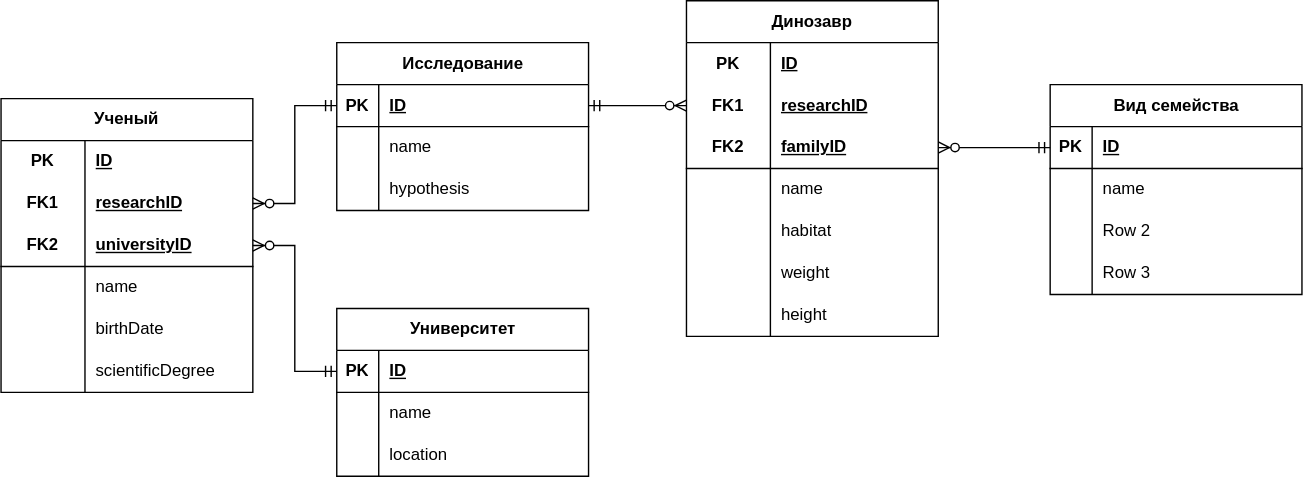
Above: DataScience/lab1/bd.drawio.svg in yargames1/ITMO (draw.io), before the change. Source tidied: cells renumbered, new cells last; positions are measured from the earlier drawing's top-left corner, leaving out a move shared by most shapes.
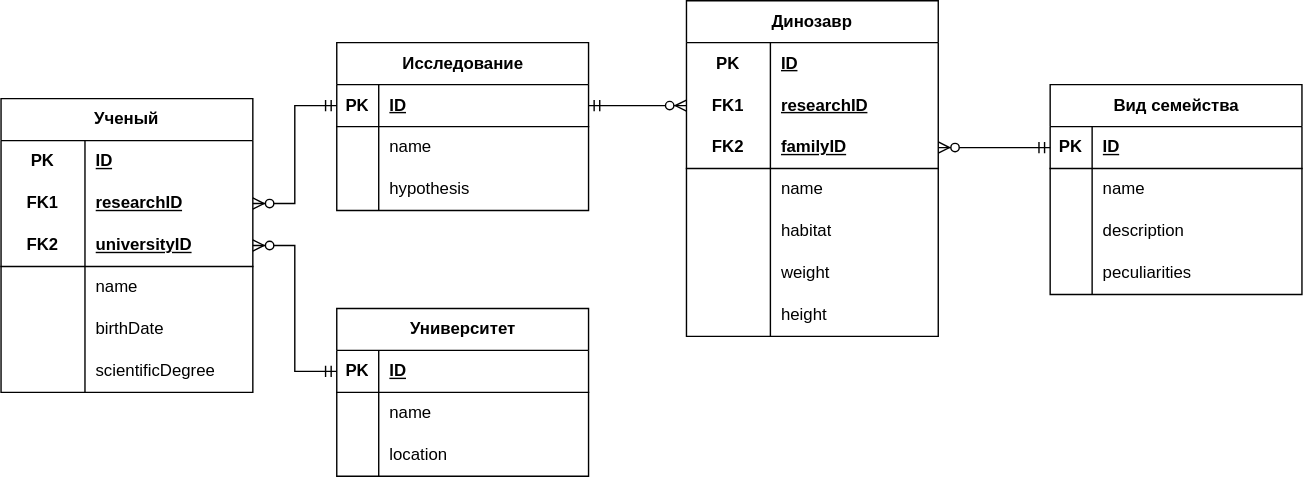
After the change.

Diff of the diagram source:
```diff
@@ -222,7 +222,7 @@
     <mxCell id="73" style="shape=partialRectangle;fillColor=none;top=0;left=0;bottom=0;right=0;overflow=hidden;whiteSpace=wrap;html=1;" parent="72" vertex="1">
       <mxGeometry width="30" height="30" as="geometry" />
     </mxCell>
-    <mxCell id="74" value="Row 2" style="shape=partialRectangle;fillColor=none;top=0;left=0;bottom=0;right=0;align=left;spacingLeft=6;overflow=hidden;whiteSpace=wrap;html=1;" parent="72" vertex="1">
+    <mxCell id="74" value="description" style="shape=partialRectangle;fillColor=none;top=0;left=0;bottom=0;right=0;align=left;spacingLeft=6;overflow=hidden;whiteSpace=wrap;html=1;" parent="72" vertex="1">
       <mxGeometry x="30" width="150" height="30" as="geometry" />
     </mxCell>
     <mxCell id="75" style="shape=tableRow;horizontal=0;startSize=0;swimlaneHead=0;swimlaneBody=0;fillColor=none;top=0;left=0;right=0;bottom=0;" parent="65" vertex="1">
@@ -231,7 +231,7 @@
     <mxCell id="76" style="shape=partialRectangle;fillColor=none;top=0;left=0;bottom=0;right=0;overflow=hidden;whiteSpace=wrap;html=1;" parent="75" vertex="1">
       <mxGeometry width="30" height="30" as="geometry" />
     </mxCell>
-    <mxCell id="77" value="Row 3" style="shape=partialRectangle;fillColor=none;top=0;left=0;bottom=0;right=0;align=left;spacingLeft=6;overflow=hidden;whiteSpace=wrap;html=1;" parent="75" vertex="1">
+    <mxCell id="77" value="peculiarities" style="shape=partialRectangle;fillColor=none;top=0;left=0;bottom=0;right=0;align=left;spacingLeft=6;overflow=hidden;whiteSpace=wrap;html=1;" parent="75" vertex="1">
       <mxGeometry x="30" width="150" height="30" as="geometry" />
     </mxCell>
     <mxCell id="78" style="edgeStyle=entityRelationEdgeStyle;fontSize=12;html=1;endArrow=ERzeroToMany;startArrow=ERmandOne;rounded=0;exitX=1;exitY=0.5;exitDx=0;exitDy=0;entryX=0;entryY=0.5;entryDx=0;entryDy=0;" parent="1" edge="1" source="33" target="47">
```
